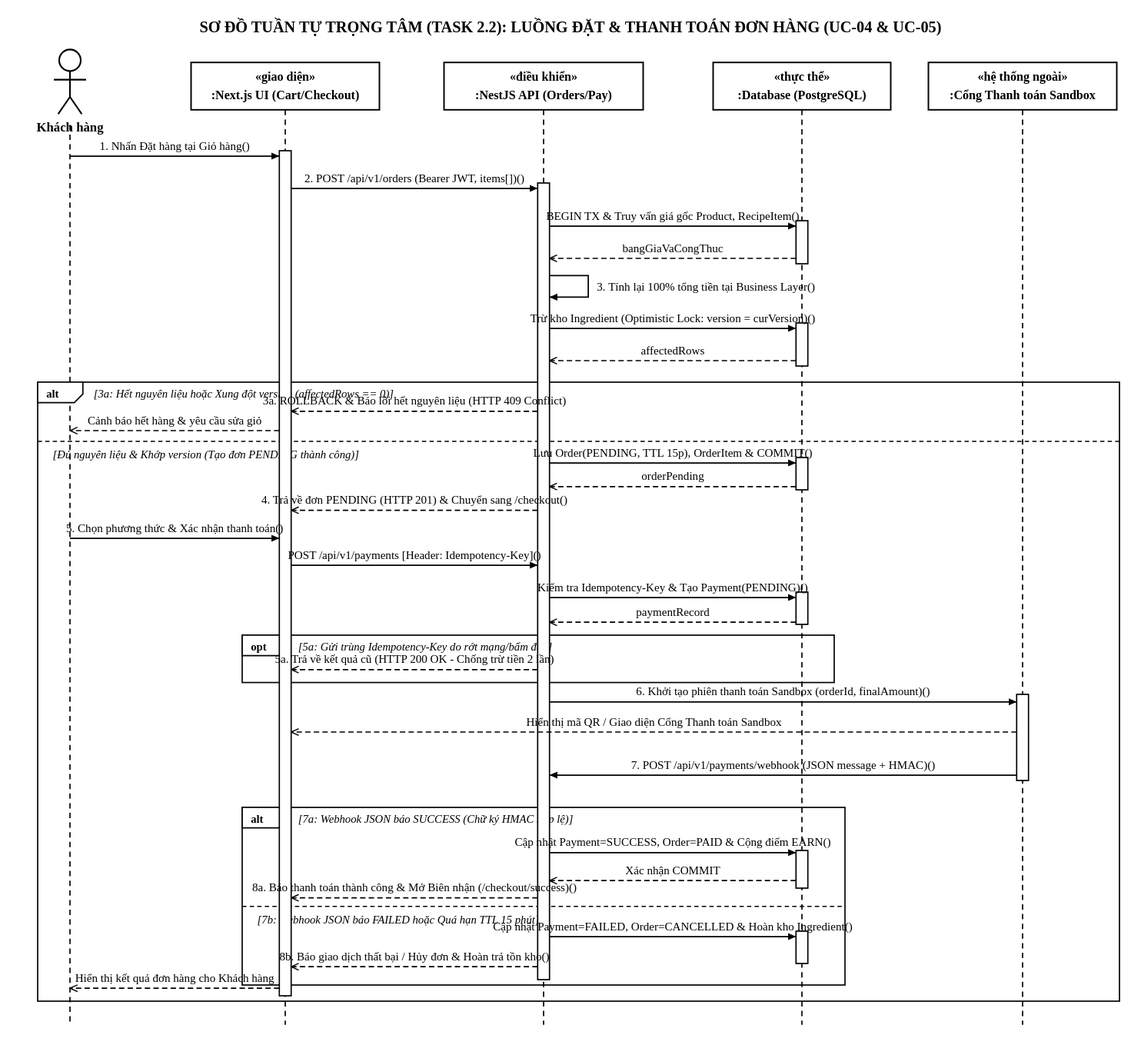
Before: docs/diagrams/sequence-checkout.svg, a diagram exported from PlantUML (SamuiSang/brewlite2). Its source is kept beside it as docs/diagrams/sequence-checkout.puml.
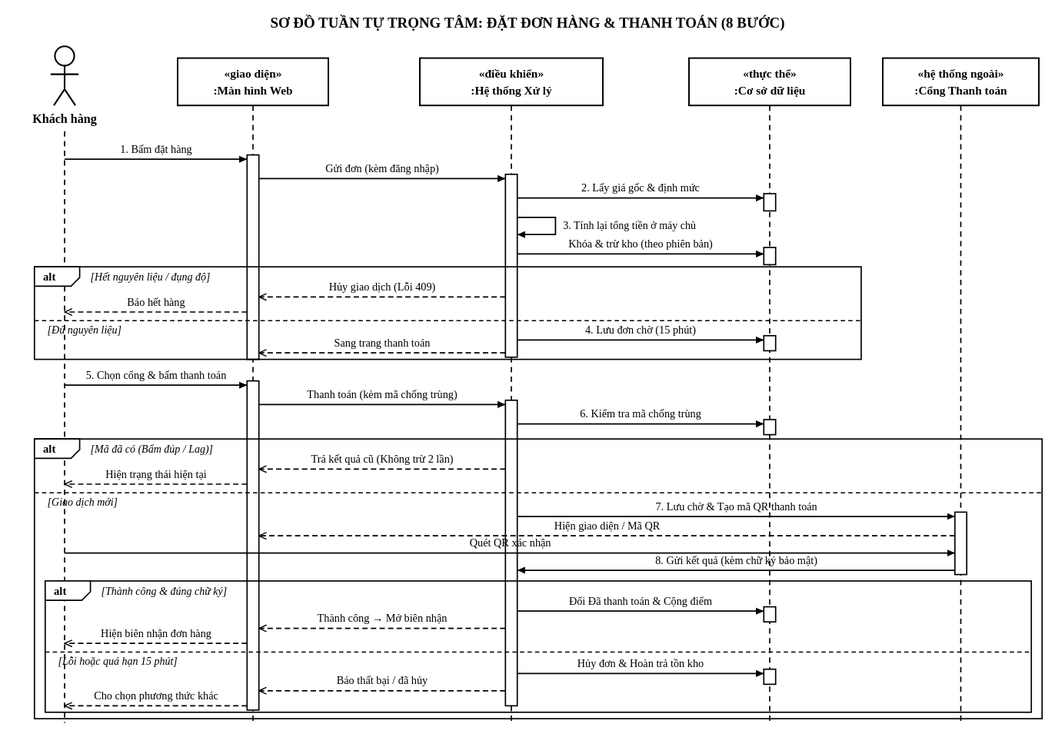
The same diagram one commit later.

Commit message:
docs(diagrams): refine UC-06, activity, sequence diagrams and sync ADR-006 specs

Diff of the diagram source:
```diff
@@ -7,98 +7,52 @@
 hide footbox
 skinparam sequenceMessageAlign left
 skinparam responseMessageBelowArrow true
-skinparam maxMessageSize 280
+skinparam maxMessageSize 220
 
-title SƠ ĐỒ TUẦN TỰ TRỌNG TÂM (TASK 2.2): LUỒNG ĐẶT & THANH TOÁN ĐƠN HÀNG (UC-04 & UC-05)
+title SƠ ĐỒ TUẦN TỰ TRỌNG TÂM: ĐẶT ĐƠN HÀNG & THANH TOÁN (8 BƯỚC)
 
-actor "Customer\n(Khách hàng)" as Customer
-participant "«giao diện»\nNext.js UI\n(Cart & Checkout Page)" as UI
-participant "«điều khiển & nghiệp vụ»\nNestJS API\n(OrdersService & PaymentsService)" as API
-participant "«thực thể»\nDatabase\n(PostgreSQL)" as DB
-participant "«hệ thống ngoài»\nPayment Service\n(Sandbox Payment Gateway)" as Gateway
+actor "Khách hàng" as Customer
+participant "«giao diện»\n:Màn hình Web" as UI
+participant "«điều khiển»\n:Hệ thống Xử lý" as API
+participant "«thực thể»\n:Cơ sở dữ liệu" as DB
+participant "«hệ thống ngoài»\n:Cổng Thanh toán" as Gateway
 
-== Bước 1: Xác thực JWT, Tính lại Tổng tiền tại Business Layer & Khóa kho Nguyên liệu (UC-04) ==
-Customer -> UI: 1. Nhấn nút "Đặt hàng / Tiến hành thanh toán" tại /cart
-activate UI
-UI -> API: 2. POST /api/v1/orders\n[Header: Authorization Bearer <JWT>]\nBody: { items[], promoCode, pointsToRedeem }
-activate API
-API -> API: 3. JwtAuthGuard xác thực JWT Token & ValidationPipe kiểm tra CreateOrderDto
+Customer -> UI: 1. Bấm đặt hàng
+UI -> API: Gửi đơn (kèm đăng nhập)
+API -> DB: 2. Lấy giá gốc & định mức
+API -> API: 3. Tính lại tổng tiền ở máy chủ
+API -> DB: Khóa & trừ kho (theo phiên bản)
 
-alt [JWT Token không hợp lệ hoặc hết hạn]
-    API --> UI: HTTP 401 Unauthorized ("Phiên đăng nhập không hợp lệ")
-    UI --> Customer: Chuyển hướng sang trang Đăng nhập (/login?redirect=/cart)
-else [JWT Token hợp lệ]
-    API -> DB: 4. BEGIN TRANSACTION (prisma.$transaction)
-    activate DB
-    API -> DB: 5. SELECT Product (basePrice, isAvailable), RecipeItem, Promotion
-    DB --> API: Dữ liệu giá gốc, định mức công thức & điều kiện khuyến mãi
-    API -> API: 6. Tính lại 100% tổng tiền tại Business Logic Layer:\nfinalAmount = sum(itemTotal) - promoDiscount - loyaltyDiscount\n(Bỏ qua mọi đơn giá từ Client gửi lên)
-    API -> DB: 7. Khóa & trừ tồn kho nguyên liệu thô bằng Optimistic Locking:\nUPDATE "Ingredient" SET stockQuantity = stockQuantity - :requiredQty, version = version + 1\nWHERE id = :ingredientId AND version = :currentVersion AND stockQuantity >= :requiredQty
-    DB --> API: Kết quả cập nhật (affectedRows)
+alt [Hết nguyên liệu / đụng độ]
+    API --> UI: Hủy giao dịch (Lỗi 409)
+    UI --> Customer: Báo hết hàng
+else [Đủ nguyên liệu]
+    API -> DB: 4. Lưu đơn chờ (15 phút)
+    API --> UI: Sang trang thanh toán
+end
 
-    alt [Hết nguyên liệu pha chế hoặc Xung đột Concurrency (affectedRows == 0)]
-        API -> DB: 8a. ROLLBACK TRANSACTION (Bảo toàn 100% tồn kho nguyên liệu)
-        DB --> API: Đã hủy giao dịch
-        API --> UI: 9a. HTTP 409 Conflict ("Nguyên liệu pha chế vừa hết hàng hoặc thay đổi tồn kho")
-        UI --> Customer: 10a. Hiển thị cảnh báo hết hàng & Yêu cầu điều chỉnh giỏ hàng
-    else [Đủ nguyên liệu & Khớp version (affectedRows > 0 cho mọi nguyên liệu)]
-        API -> DB: 8b. INSERT INTO "Order" (status='PENDING', finalAmount, paymentDeadline=+15m)\n& INSERT INTO "OrderItem"
-        API -> DB: 9b. COMMIT TRANSACTION
-        DB --> API: Đơn hàng #BL-XXXX (trạng thái PENDING)
-        deactivate DB
-        API --> UI: 10b. HTTP 201 Created (OrderResponseDto - status: PENDING)
-        UI -> UI: 11. Xóa giỏ hàng tạm (clearCart) & Điều hướng sang /checkout
+Customer -> UI: 5. Chọn cổng & bấm thanh toán
+UI -> API: Thanh toán (kèm mã chống trùng)
+API -> DB: 6. Kiểm tra mã chống trùng
 
-        == Bước 2: Khởi tạo Phiên Thanh toán kèm Khóa Chống Trùng lặp Idempotency-Key (UC-05) ==
-        Customer -> UI: 12. Chọn phương thức (VNPay / MoMo / VietQR Sandbox) & bấm "Xác nhận thanh toán"
-        UI -> UI: 13. Sinh mã định danh duy nhất Idempotency-Key (UUID v4)
-        UI -> API: 14. POST /api/v1/payments\n[Header: Authorization Bearer <JWT>, Idempotency-Key: <UUIDv4>]\nBody: { orderId, paymentMethod }
-        API -> DB: 15. SELECT * FROM "Payment" WHERE idempotencyKey = :key
-        activate DB
-        DB --> API: Bản ghi thanh toán hiện có (existingPayment)
-        deactivate DB
+alt [Mã đã có (Bấm đúp / Lag)]
+    API --> UI: Trả kết quả cũ (Không trừ 2 lần)
+    UI --> Customer: Hiện trạng thái hiện tại
+else [Giao dịch mới]
+    API -> Gateway: 7. Lưu chờ & Tạo mã QR thanh toán
+    Gateway --> UI: Hiện giao diện / Mã QR
+    Customer -> Gateway: Quét QR xác nhận
+    Gateway -> API: 8. Gửi kết quả (kèm chữ ký bảo mật)
 
-        alt [Idempotency-Key đã tồn tại (Gửi trùng request do rớt mạng / bấm đúp)]
-            API --> UI: 16a. HTTP 200 OK (Trả về existingPayment, KHÔNG gọi lại cổng thanh toán & KHÔNG trừ tiền lần 2)
-            UI --> Customer: Hiển thị trạng thái giao dịch hiện tại
-        else [Idempotency-Key mới & Order đang ở trạng thái PENDING]
-            API -> DB: 16b. INSERT INTO "Payment" (orderId, idempotencyKey, amount, status='PENDING')
-            activate DB
-            DB --> API: Đã lưu Payment (status = PENDING)
-            deactivate DB
-            API -> Gateway: 17. createSandboxPaymentUrl(orderId, finalAmount, paymentMethod)
-            activate Gateway
-            Gateway --> API: 18. Trả về { paymentUrl, qrCodeData, sessionId }
-            API --> UI: 19. HTTP 201 Created { paymentId, status: "PENDING", paymentUrl }
-            UI --> Customer: 20. Hiển thị mã QR / Giao diện Cổng Thanh toán Sandbox
-
-            == Bước 3: Cổng Sandbox Bắn Gói tin JSON Ngầm về Webhook của Backend (POST /api/v1/payments/webhook) ==
-            Customer -> Gateway: 21. Quét mã QR / Xác nhận thanh toán trên trang Cổng Sandbox
-            Gateway -> API: 22. POST /api/v1/payments/webhook\n[Header: x-signature: <HMAC-SHA256>]\nJSON Body: { orderId, transactionRef, status, amount }
-            deactivate Gateway
-            API -> API: 23. Xác thực chữ ký bảo mật HMAC-SHA256 của gói tin Webhook
-
-            alt [JSON message từ Sandbox báo thành công (status == "SUCCESS")]
-                API -> DB: 24a. BEGIN TRANSACTION:\n1. UPDATE "Payment" SET status='SUCCESS', transactionRef=:txRef, paidAt=NOW()\n2. UPDATE "Order" SET status='PAID', updatedAt=NOW()\n3. INSERT INTO "LoyaltyTransaction" (type='EARN', points=floor(finalAmount/10000))\n4. UPDATE "User" SET loyaltyPoints = loyaltyPoints + earnedPoints\nCOMMIT TRANSACTION
-                activate DB
-                DB --> API: Hoàn tất cập nhật PAID & tích điểm thưởng
-                deactivate DB
-                API --> Gateway: HTTP 200 OK { message: "Webhook processed" }
-                API --> UI: 25a. Đồng bộ trạng thái Order = PAID
-                UI --> Customer: 26a. Chuyển sang trang Biên nhận (/checkout/success) & Theo dõi tiến trình đơn (UC-06)
-            else [JSON message từ Sandbox báo lỗi (status == "FAILED") hoặc Quá hạn TTL 15 phút]
-                API -> DB: 24b. BEGIN TRANSACTION (Atomic Restock Rollback):\n1. UPDATE "Payment" SET status='FAILED', failureReason=:errorCode\n2. UPDATE "Order" SET status='CANCELLED'\n3. UPDATE "Ingredient" SET stockQuantity = stockQuantity + :requiredQty, version = version + 1\nCOMMIT TRANSACTION
-                activate DB
-                DB --> API: Đã hủy đơn CANCELLED & Hoàn trả 100% nguyên liệu về kho
-                deactivate DB
-                API --> Gateway: HTTP 200 OK { message: "Rollback completed" }
-                API --> UI: 25b. Thông báo giao dịch thất bại / Đơn hàng đã hủy (HTTP 402 / CANCELLED)
-                UI --> Customer: 26b. Hiển thị lý do lỗi thanh toán & Cho phép chọn phương thức khác
-            end
-        end
+    alt [Thành công & đúng chữ ký]
+        API -> DB: Đổi Đã thanh toán & Cộng điểm
+        API --> UI: Thành công -> Mở biên nhận
+        UI --> Customer: Hiện biên nhận đơn hàng
+    else [Lỗi hoặc quá hạn 15 phút]
+        API -> DB: Hủy đơn & Hoàn trả tồn kho
+        API --> UI: Báo thất bại / đã hủy
+        UI --> Customer: Cho chọn phương thức khác
     end
 end
-deactivate API
-deactivate UI
 
 @enduml
```
